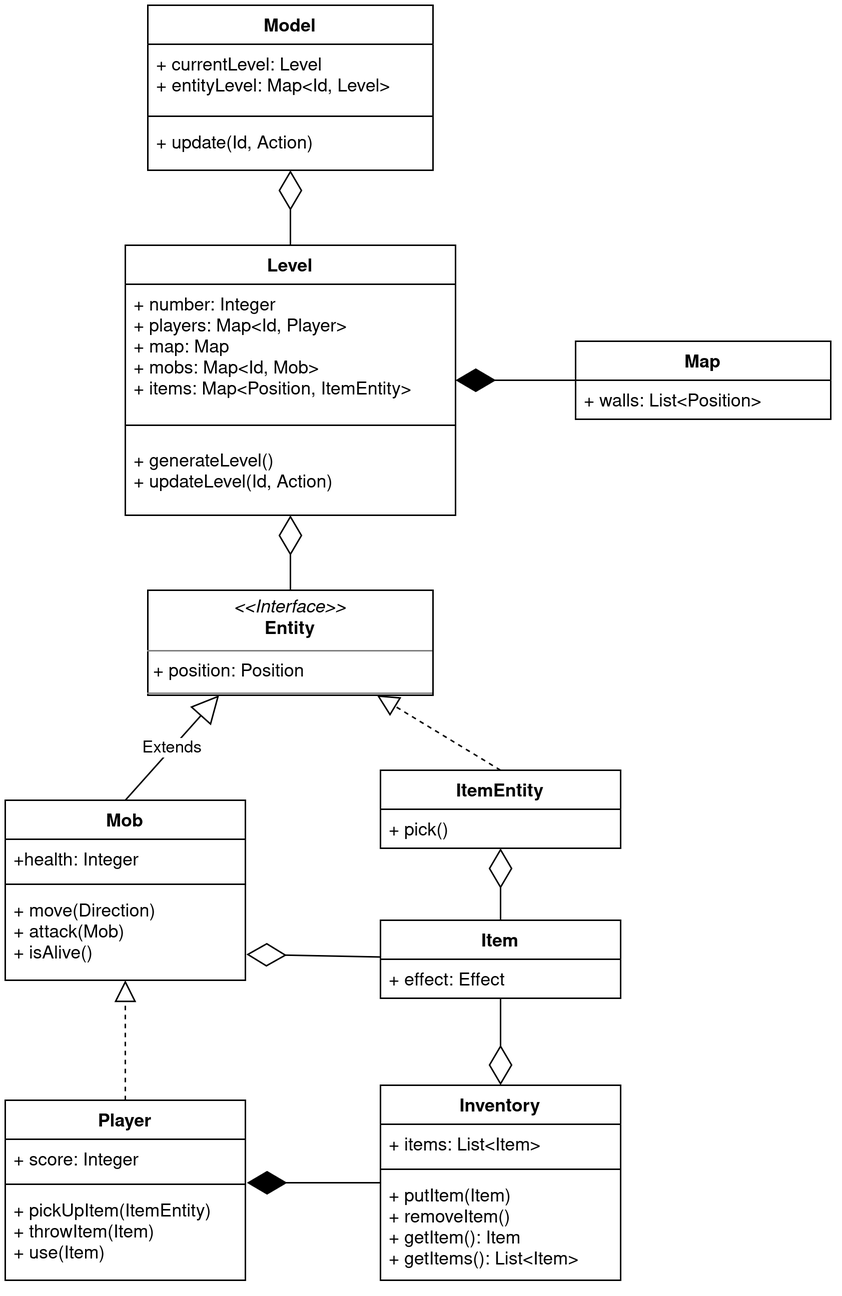
This is docs/classes_model.png from ekiuled/roguelike, a draw.io export, as it was before one commit. Source tidied: cells renumbered, new cells last; positions are measured from the earlier drawing's top-left corner, leaving out a move shared by most shapes.
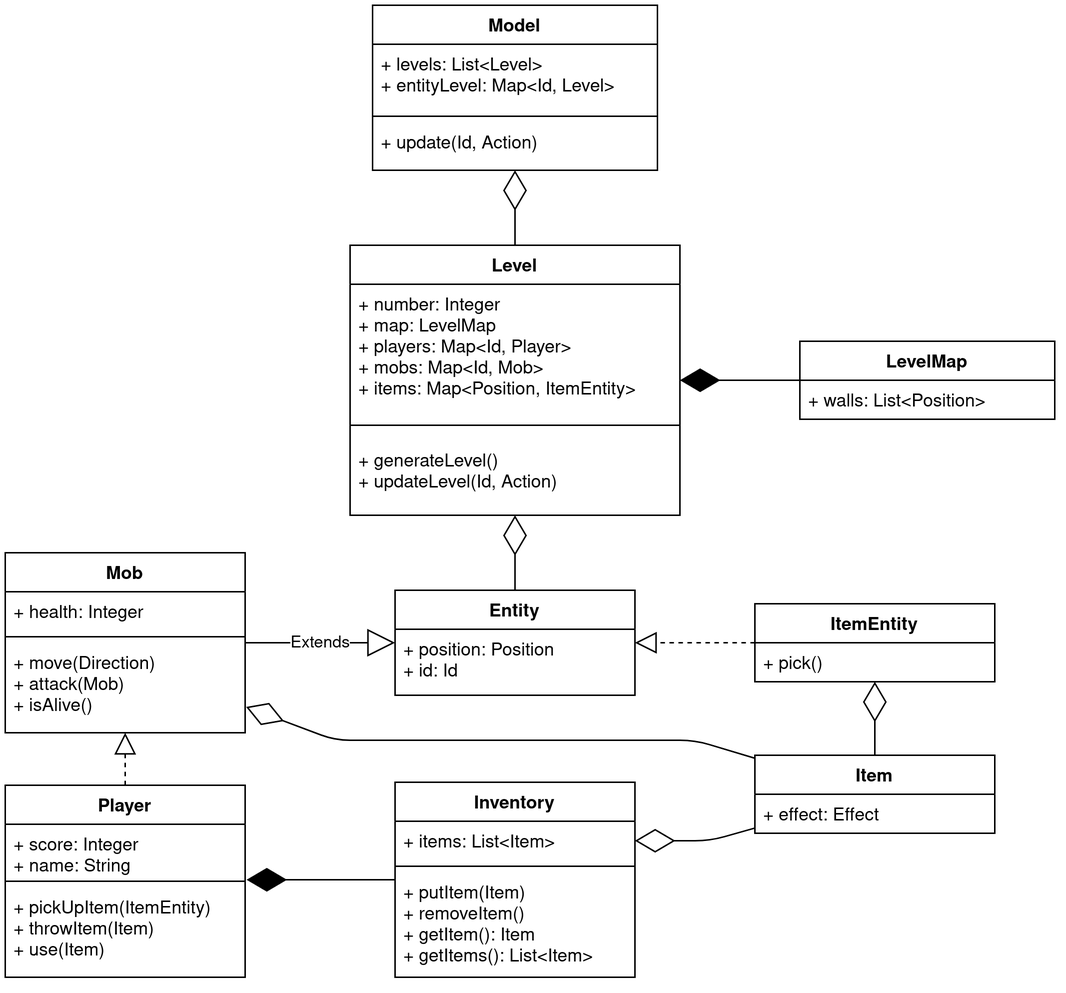
The same diagram one commit later.

What changed in the source:
```diff
@@ -3,13 +3,13 @@
     <mxCell id="0" />
     <mxCell id="1" parent="0" />
     <mxCell id="2" value="ItemEntity" style="swimlane;fontStyle=1;align=center;verticalAlign=top;horizontal=1;startSize=26;" parent="1" vertex="1">
-      <mxGeometry x="250" y="510" width="160" height="52" as="geometry" />
+      <mxGeometry x="350" y="399" width="160" height="52" as="geometry" />
     </mxCell>
     <mxCell id="3" value="+ pick()" style="text;strokeColor=none;fillColor=none;align=left;verticalAlign=top;spacingLeft=4;spacingRight=4;overflow=hidden;" parent="2" vertex="1">
       <mxGeometry y="26" width="160" height="26" as="geometry" />
     </mxCell>
     <mxCell id="4" value="Inventory" style="swimlane;fontStyle=1;align=center;verticalAlign=top;horizontal=1;startSize=26;" parent="1" vertex="1">
-      <mxGeometry x="250" y="720" width="160" height="130" as="geometry" />
+      <mxGeometry x="110" y="518" width="160" height="130" as="geometry" />
     </mxCell>
     <mxCell id="5" value="+ items: List&lt;Item&gt;" style="text;strokeColor=none;fillColor=none;align=left;verticalAlign=top;spacingLeft=4;spacingRight=4;overflow=hidden;points=[[0,0.5],[1,0.5]];portConstraint=eastwest;" parent="4" vertex="1">
       <mxGeometry y="26" width="160" height="26" as="geometry" />
@@ -23,34 +23,40 @@
     <mxCell id="8" style="endArrow=block;dashed=1;endFill=0;endSize=12;html=1;exitX=0.5;exitY=0;exitDx=0;exitDy=0;" parent="1" edge="1" source="32" target="17">
       <mxGeometry relative="1" as="geometry" />
     </mxCell>
-    <mxCell id="9" value="Extends" style="endArrow=block;endSize=16;endFill=0;html=1;exitX=0.5;exitY=0;exitDx=0;exitDy=0;entryX=0.25;entryY=1;entryDx=0;entryDy=0;" parent="1" edge="1" source="17" target="16">
+    <mxCell id="9" value="Extends" style="endArrow=block;endSize=16;endFill=0;html=1;" parent="1" edge="1" source="17" target="39">
       <mxGeometry relative="1" as="geometry" />
     </mxCell>
-    <mxCell id="10" style="endArrow=block;dashed=1;endFill=0;endSize=12;html=1;exitX=0.5;exitY=0;exitDx=0;exitDy=0;" parent="1" edge="1" source="2" target="16">
+    <mxCell id="10" style="endArrow=block;dashed=1;endFill=0;endSize=12;html=1;" parent="1" edge="1" source="2" target="39">
       <mxGeometry relative="1" as="geometry" />
     </mxCell>
     <mxCell id="11" style="endArrow=diamondThin;endFill=1;endSize=24;html=1;entryX=1.006;entryY=-0.083;entryDx=0;entryDy=0;entryPerimeter=0;" parent="1" edge="1" source="4" target="35">
       <mxGeometry relative="1" as="geometry" />
     </mxCell>
-    <mxCell id="12" style="endArrow=diamondThin;endFill=0;endSize=24;html=1;entryX=0.5;entryY=0;entryDx=0;entryDy=0;" parent="1" edge="1" source="14" target="4">
-      <mxGeometry relative="1" as="geometry" />
+    <mxCell id="12" style="endArrow=diamondThin;endFill=0;endSize=24;html=1;entryX=1;entryY=0.5;entryDx=0;entryDy=0;" parent="1" edge="1" source="14" target="5">
+      <mxGeometry relative="1" as="geometry">
+        <Array as="points">
+          <mxPoint x="320" y="557" />
+        </Array>
+      </mxGeometry>
     </mxCell>
     <mxCell id="13" style="endArrow=diamondThin;endFill=0;endSize=24;html=1;entryX=1.004;entryY=0.713;entryDx=0;entryDy=0;entryPerimeter=0;" parent="1" edge="1" source="14" target="20">
-      <mxGeometry relative="1" as="geometry" />
+      <mxGeometry relative="1" as="geometry">
+        <Array as="points">
+          <mxPoint x="310" y="490" />
+          <mxPoint x="70" y="490" />
+        </Array>
+      </mxGeometry>
     </mxCell>
     <mxCell id="14" value="Item" style="swimlane;fontStyle=1;align=center;verticalAlign=top;horizontal=1;startSize=26;" parent="1" vertex="1">
-      <mxGeometry x="250" y="610" width="160" height="52" as="geometry" />
+      <mxGeometry x="350" y="500" width="160" height="52" as="geometry" />
     </mxCell>
     <mxCell id="15" value="+ effect: Effect" style="text;strokeColor=none;fillColor=none;align=left;verticalAlign=top;spacingLeft=4;spacingRight=4;overflow=hidden;" parent="14" vertex="1">
       <mxGeometry y="26" width="160" height="26" as="geometry" />
     </mxCell>
-    <mxCell id="16" value="&lt;p style=&quot;margin: 0px ; margin-top: 4px ; text-align: center&quot;&gt;&lt;i&gt;&amp;lt;&amp;lt;Interface&amp;gt;&amp;gt;&lt;/i&gt;&lt;br&gt;&lt;b&gt;Entity&lt;/b&gt;&lt;/p&gt;&lt;hr size=&quot;1&quot;&gt;&lt;p style=&quot;margin: 0px ; margin-left: 4px&quot;&gt;+ position: Position&lt;/p&gt;&lt;hr size=&quot;1&quot;&gt;&lt;p style=&quot;margin: 0px ; margin-left: 4px&quot;&gt;&lt;br&gt;&lt;/p&gt;" style="verticalAlign=top;align=left;overflow=fill;fontSize=12;fontFamily=Helvetica;html=1;" parent="1" vertex="1">
-      <mxGeometry x="95" y="390" width="190" height="70" as="geometry" />
-    </mxCell>
     <mxCell id="17" value="Mob" style="swimlane;fontStyle=1;align=center;verticalAlign=top;horizontal=1;startSize=26;" parent="1" vertex="1">
-      <mxGeometry y="530" width="160" height="120" as="geometry" />
+      <mxGeometry x="-150" y="365" width="160" height="120" as="geometry" />
     </mxCell>
-    <mxCell id="18" value="+health: Integer" style="text;strokeColor=none;fillColor=none;align=left;verticalAlign=top;spacingLeft=4;spacingRight=4;overflow=hidden;" parent="17" vertex="1">
+    <mxCell id="18" value="+ health: Integer" style="text;strokeColor=none;fillColor=none;align=left;verticalAlign=top;spacingLeft=4;spacingRight=4;overflow=hidden;" parent="17" vertex="1">
       <mxGeometry y="26" width="160" height="26" as="geometry" />
     </mxCell>
     <mxCell id="19" style="line;strokeWidth=1;fillColor=none;align=left;verticalAlign=middle;spacingTop=-1;spacingLeft=3;spacingRight=3;labelPosition=right;" parent="17" vertex="1">
@@ -59,19 +65,19 @@
     <mxCell id="20" value="+ move(Direction)&#10;+ attack(Mob)&#10;+ isAlive()" style="text;strokeColor=none;fillColor=none;align=left;verticalAlign=top;spacingLeft=4;spacingRight=4;overflow=hidden;points=[[0,0.5],[1,0.5]];portConstraint=eastwest;" parent="17" vertex="1">
       <mxGeometry y="60" width="160" height="60" as="geometry" />
     </mxCell>
-    <mxCell id="21" value="Map" style="swimlane;fontStyle=1;align=center;verticalAlign=top;horizontal=1;startSize=26;" parent="1" vertex="1">
+    <mxCell id="21" value="LevelMap" style="swimlane;fontStyle=1;align=center;verticalAlign=top;horizontal=1;startSize=26;" parent="1" vertex="1">
       <mxGeometry x="380" y="224" width="170" height="52" as="geometry" />
     </mxCell>
     <mxCell id="22" value="+ walls: List&lt;Position&gt;" style="text;strokeColor=none;fillColor=none;align=left;verticalAlign=top;spacingLeft=4;spacingRight=4;overflow=hidden;" parent="21" vertex="1">
       <mxGeometry y="26" width="170" height="26" as="geometry" />
     </mxCell>
-    <mxCell id="23" style="endArrow=diamondThin;endFill=0;endSize=24;html=1;exitX=0.5;exitY=0;exitDx=0;exitDy=0;" parent="1" edge="1" source="16" target="27">
+    <mxCell id="23" style="endArrow=diamondThin;endFill=0;endSize=24;html=1;exitX=0.5;exitY=0;exitDx=0;exitDy=0;" parent="1" edge="1" source="39" target="27">
       <mxGeometry relative="1" as="geometry" />
     </mxCell>
     <mxCell id="24" value="Level" style="swimlane;fontStyle=1;align=center;verticalAlign=top;horizontal=1;startSize=26;" parent="1" vertex="1">
       <mxGeometry x="80" y="160" width="220" height="180" as="geometry" />
     </mxCell>
-    <mxCell id="25" value="+ number: Integer&#10;+ players: Map&lt;Id, Player&gt;&#10;+ map: Map&#10;+ mobs: Map&lt;Id, Mob&gt;&#10;+ items: Map&lt;Position, ItemEntity&gt;&#10;" style="text;strokeColor=none;fillColor=none;align=left;verticalAlign=top;spacingLeft=4;spacingRight=4;overflow=hidden;" parent="24" vertex="1">
+    <mxCell id="25" value="+ number: Integer&#10;+ map: LevelMap&#10;+ players: Map&lt;Id, Player&gt;&#10;+ mobs: Map&lt;Id, Mob&gt;&#10;+ items: Map&lt;Position, ItemEntity&gt;&#10;" style="text;strokeColor=none;fillColor=none;align=left;verticalAlign=top;spacingLeft=4;spacingRight=4;overflow=hidden;" parent="24" vertex="1">
       <mxGeometry y="26" width="220" height="84" as="geometry" />
     </mxCell>
     <mxCell id="26" style="line;strokeWidth=1;fillColor=none;align=left;verticalAlign=middle;spacingTop=-1;spacingLeft=3;spacingRight=3;labelPosition=right;" parent="24" vertex="1">
@@ -83,7 +89,7 @@
     <mxCell id="28" value="Model" style="swimlane;fontStyle=1;align=center;verticalAlign=top;horizontal=1;startSize=26;" parent="1" vertex="1">
       <mxGeometry x="95" width="190" height="110" as="geometry" />
     </mxCell>
-    <mxCell id="29" value="+ currentLevel: Level&#10;+ entityLevel: Map&lt;Id, Level&gt;&#10;" style="text;strokeColor=none;fillColor=none;align=left;verticalAlign=top;spacingLeft=4;spacingRight=4;overflow=hidden;" parent="28" vertex="1">
+    <mxCell id="29" value="+ levels: List&lt;Level&gt;&#10;+ entityLevel: Map&lt;Id, Level&gt;&#10;" style="text;strokeColor=none;fillColor=none;align=left;verticalAlign=top;spacingLeft=4;spacingRight=4;overflow=hidden;" parent="28" vertex="1">
       <mxGeometry y="26" width="190" height="44" as="geometry" />
     </mxCell>
     <mxCell id="30" style="line;strokeWidth=1;fillColor=none;align=left;verticalAlign=middle;spacingTop=-1;spacingLeft=3;spacingRight=3;labelPosition=right;" parent="28" vertex="1">
@@ -93,16 +99,16 @@
       <mxGeometry y="78" width="190" height="32" as="geometry" />
     </mxCell>
     <mxCell id="32" value="Player" style="swimlane;fontStyle=1;align=center;verticalAlign=top;horizontal=1;startSize=26;" parent="1" vertex="1">
-      <mxGeometry y="730" width="160" height="120" as="geometry" />
+      <mxGeometry x="-150" y="520" width="160" height="128" as="geometry" />
     </mxCell>
-    <mxCell id="33" value="+ score: Integer" style="text;strokeColor=none;fillColor=none;align=left;verticalAlign=top;spacingLeft=4;spacingRight=4;overflow=hidden;" parent="32" vertex="1">
-      <mxGeometry y="26" width="160" height="26" as="geometry" />
+    <mxCell id="33" value="+ score: Integer&#10;+ name: String&#10;" style="text;strokeColor=none;fillColor=none;align=left;verticalAlign=top;spacingLeft=4;spacingRight=4;overflow=hidden;" parent="32" vertex="1">
+      <mxGeometry y="26" width="160" height="34" as="geometry" />
     </mxCell>
     <mxCell id="34" style="line;strokeWidth=1;fillColor=none;align=left;verticalAlign=middle;spacingTop=-1;spacingLeft=3;spacingRight=3;labelPosition=right;" parent="32" vertex="1">
-      <mxGeometry y="52" width="160" height="8" as="geometry" />
+      <mxGeometry y="60" width="160" height="8" as="geometry" />
     </mxCell>
     <mxCell id="35" value="+ pickUpItem(ItemEntity)&#10;+ throwItem(Item)&#10;+ use(Item)" style="text;strokeColor=none;fillColor=none;align=left;verticalAlign=top;spacingLeft=4;spacingRight=4;overflow=hidden;points=[[0,0.5],[1,0.5]];portConstraint=eastwest;" parent="32" vertex="1">
-      <mxGeometry y="60" width="160" height="60" as="geometry" />
+      <mxGeometry y="68" width="160" height="60" as="geometry" />
     </mxCell>
     <mxCell id="36" style="endArrow=diamondThin;endFill=0;endSize=24;html=1;exitX=0.5;exitY=0;exitDx=0;exitDy=0;" parent="1" edge="1" source="24" target="28">
       <mxGeometry relative="1" as="geometry" />
@@ -113,5 +119,11 @@
     <mxCell id="38" style="endArrow=diamondThin;endFill=0;endSize=24;html=1;exitX=0.5;exitY=0;exitDx=0;exitDy=0;" parent="1" edge="1" source="14" target="2">
       <mxGeometry relative="1" as="geometry" />
     </mxCell>
+    <mxCell id="39" value="Entity" style="swimlane;fontStyle=1;align=center;verticalAlign=top;horizontal=1;startSize=26;" parent="1" vertex="1">
+      <mxGeometry x="110" y="390" width="160" height="70" as="geometry" />
+    </mxCell>
+    <mxCell id="40" value="+ position: Position&#10;+ id: Id&#10;" style="text;strokeColor=none;fillColor=none;align=left;verticalAlign=top;spacingLeft=4;spacingRight=4;overflow=hidden;" parent="39" vertex="1">
+      <mxGeometry y="26" width="160" height="44" as="geometry" />
+    </mxCell>
   </root>
 </mxGraphModel>
```
